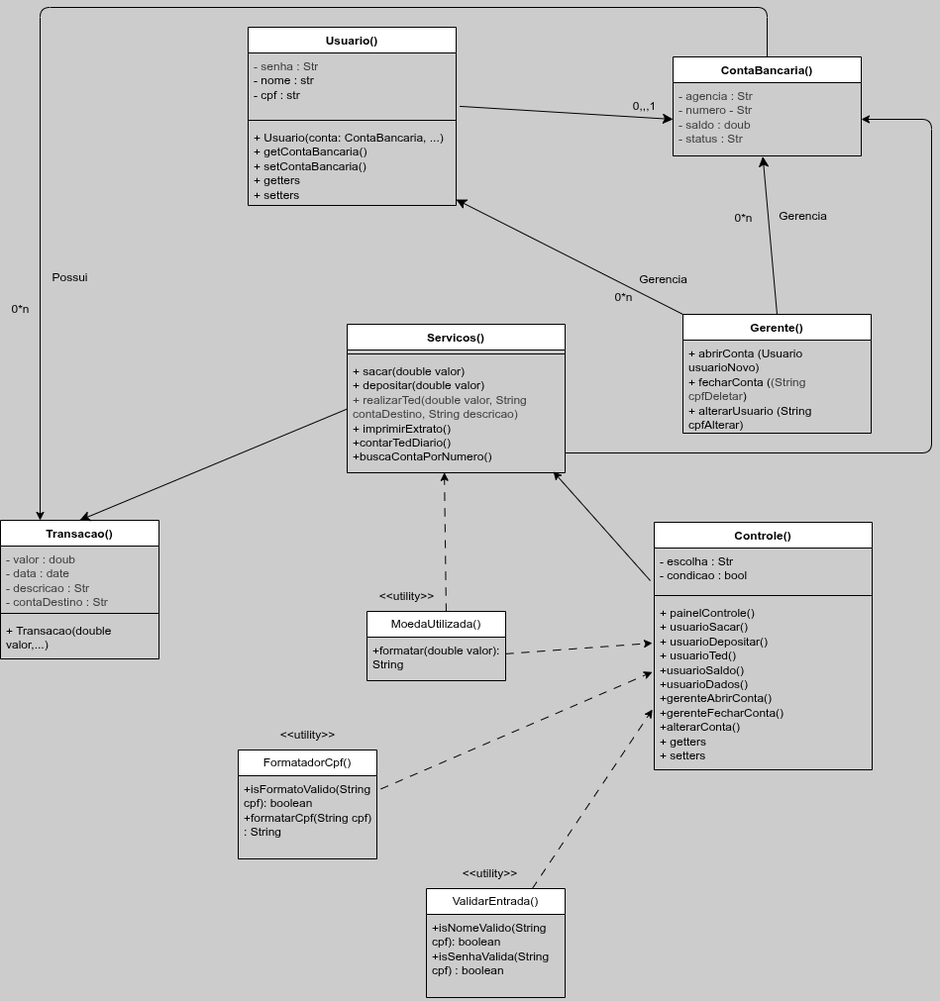
The draw.io diagram Diagramas/Diagrama de classes.drawio.png in soturnacrosta/sistemaBancario, before a commit. Source tidied: cells renumbered, new cells last; positions are measured from the earlier drawing's top-left corner, leaving out a move shared by most shapes.
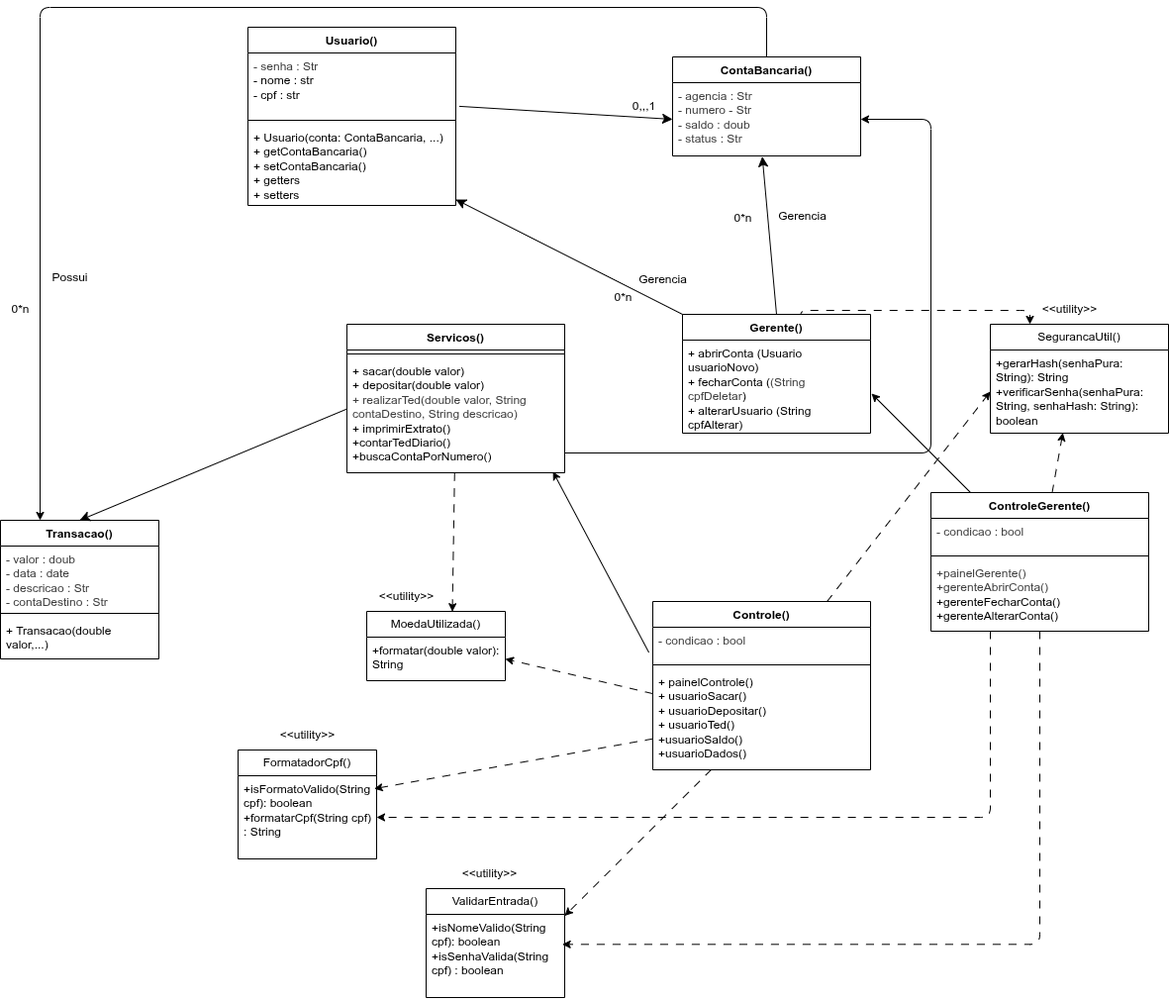
After the commit.

What changed in the source:
```diff
@@ -1,4 +1,4 @@
-<mxGraphModel background="#CCCCCC" shadow="1">
+<mxGraphModel background="#FFFFFF" shadow="1">
   <root>
     <mxCell id="0" />
     <mxCell id="1" parent="0" />
@@ -10,6 +10,14 @@
         <mxPoint x="91" y="-3" as="offset" />
       </mxGeometry>
     </mxCell>
+    <mxCell id="48" style="edgeStyle=orthogonalEdgeStyle;html=1;dashed=1;dashPattern=8 8;exitX=0.628;exitY=0.037;exitDx=0;exitDy=0;exitPerimeter=0;" parent="1" edge="1" source="4" target="61">
+      <mxGeometry relative="1" as="geometry">
+        <Array as="points">
+          <mxPoint x="808" y="306" />
+          <mxPoint x="1040" y="306" />
+        </Array>
+      </mxGeometry>
+    </mxCell>
     <mxCell id="4" value="Gerente()" style="swimlane;fontStyle=1;align=center;verticalAlign=top;horizontal=1;startSize=26;whiteSpace=wrap;html=1;labelBackgroundColor=none;" parent="1" vertex="1">
       <mxGeometry x="689" y="310" width="190" height="120" as="geometry" />
     </mxCell>
@@ -39,17 +47,20 @@
     <mxCell id="12" value="&lt;div&gt;+ Usuario(conta: ContaBancaria, ...)&amp;nbsp;&lt;/div&gt;&lt;div&gt;+ getContaBancaria()&amp;nbsp;&amp;nbsp;&lt;/div&gt;&lt;div&gt;+ setContaBancaria()&lt;/div&gt;&lt;div&gt;+ getters&lt;/div&gt;&lt;div&gt;+ setters&lt;/div&gt;" style="text;strokeColor=none;fillColor=none;align=left;verticalAlign=top;spacingLeft=4;spacingRight=4;overflow=hidden;points=[[0,0.5],[1,0.5]];portConstraint=eastwest;whiteSpace=wrap;html=1;labelBackgroundColor=none;" parent="9" vertex="1">
       <mxGeometry y="98" width="210" height="82" as="geometry" />
     </mxCell>
+    <mxCell id="49" style="edgeStyle=none;html=1;entryX=0;entryY=0.5;entryDx=0;entryDy=0;dashed=1;dashPattern=8 8;" parent="1" edge="1" source="13" target="62">
+      <mxGeometry relative="1" as="geometry" />
+    </mxCell>
     <mxCell id="13" value="Controle()" style="swimlane;fontStyle=1;align=center;verticalAlign=top;horizontal=1;startSize=26;whiteSpace=wrap;html=1;labelBackgroundColor=none;" parent="1" vertex="1">
-      <mxGeometry x="660" y="520" width="220" height="250" as="geometry" />
+      <mxGeometry x="659" y="600" width="220" height="170" as="geometry" />
     </mxCell>
-    <mxCell id="14" value="&lt;div&gt;- escolha : Str&lt;/div&gt;&lt;div&gt;- condicao : bool&lt;/div&gt;&lt;div&gt;&lt;br&gt;&lt;/div&gt;" style="text;strokeColor=none;fillColor=none;align=left;verticalAlign=top;spacingLeft=4;spacingRight=4;overflow=hidden;points=[[0,0.5],[1,0.5]];portConstraint=eastwest;whiteSpace=wrap;html=1;labelBackgroundColor=none;" parent="13" vertex="1">
-      <mxGeometry y="26" width="220" height="44" as="geometry" />
+    <mxCell id="14" value="&lt;div&gt;&lt;span style=&quot;color: rgb(63, 63, 63); background-color: transparent;&quot;&gt;- condicao : bool&lt;/span&gt;&lt;/div&gt;&lt;div&gt;&lt;br&gt;&lt;/div&gt;" style="text;strokeColor=none;fillColor=none;align=left;verticalAlign=top;spacingLeft=4;spacingRight=4;overflow=hidden;points=[[0,0.5],[1,0.5]];portConstraint=eastwest;whiteSpace=wrap;html=1;labelBackgroundColor=none;" parent="13" vertex="1">
+      <mxGeometry y="26" width="220" height="34" as="geometry" />
     </mxCell>
     <mxCell id="15" style="line;strokeWidth=1;fillColor=none;align=left;verticalAlign=middle;spacingTop=-1;spacingLeft=3;spacingRight=3;labelPosition=right;strokeColor=inherit;labelBackgroundColor=none;" parent="13" vertex="1">
-      <mxGeometry y="70" width="220" height="8" as="geometry" />
+      <mxGeometry y="60" width="220" height="8" as="geometry" />
     </mxCell>
-    <mxCell id="16" value="&lt;div&gt;+ painelControle()&lt;br&gt;    + usuarioSacar()&lt;/div&gt;&lt;div&gt;    + usuarioDepositar()&lt;/div&gt;&lt;div&gt;+ usuarioTed()&lt;/div&gt;&lt;div&gt;+usuarioSaldo()&lt;/div&gt;&lt;div&gt;+usuarioDados()&lt;/div&gt;&lt;div&gt;+gerenteAbrirConta()&lt;br&gt;+gerenteFecharConta()&lt;/div&gt;&lt;div&gt;+alterarConta()&lt;/div&gt;&lt;div&gt;+ getters&amp;nbsp;&lt;/div&gt;&lt;div&gt;+ setters&lt;/div&gt;" style="text;strokeColor=none;fillColor=none;align=left;verticalAlign=top;spacingLeft=4;spacingRight=4;overflow=hidden;points=[[0,0.5],[1,0.5]];portConstraint=eastwest;whiteSpace=wrap;html=1;labelBackgroundColor=none;" parent="13" vertex="1">
-      <mxGeometry y="78" width="220" height="172" as="geometry" />
+    <mxCell id="16" value="&lt;div&gt;+ painelControle()&lt;br&gt;    + usuarioSacar()&lt;/div&gt;&lt;div&gt;    + usuarioDepositar()&lt;/div&gt;&lt;div&gt;+ usuarioTed()&lt;/div&gt;&lt;div&gt;+usuarioSaldo()&lt;/div&gt;&lt;div&gt;+usuarioDados()&lt;/div&gt;&lt;div&gt;&lt;br&gt;&lt;/div&gt;" style="text;strokeColor=none;fillColor=none;align=left;verticalAlign=top;spacingLeft=4;spacingRight=4;overflow=hidden;points=[[0,0.5],[1,0.5]];portConstraint=eastwest;whiteSpace=wrap;html=1;labelBackgroundColor=none;" parent="13" vertex="1">
+      <mxGeometry y="68" width="220" height="102" as="geometry" />
     </mxCell>
     <mxCell id="17" style="edgeStyle=none;html=1;exitX=-0.018;exitY=0.75;exitDx=0;exitDy=0;exitPerimeter=0;labelBackgroundColor=none;entryX=0.946;entryY=0.99;entryDx=0;entryDy=0;entryPerimeter=0;" parent="1" edge="1" source="14" target="40">
       <mxGeometry relative="1" as="geometry" />
@@ -77,18 +88,12 @@
     <mxCell id="24" value="0*n&lt;div&gt;&lt;br&gt;&lt;/div&gt;" style="text;html=1;align=center;verticalAlign=middle;strokeColor=none;fillColor=none;" parent="1" vertex="1">
       <mxGeometry x="609" y="280" width="40" height="40" as="geometry" />
     </mxCell>
-    <mxCell id="25" style="edgeStyle=none;html=1;dashed=1;dashPattern=8 8;entryX=0.446;entryY=0.998;entryDx=0;entryDy=0;entryPerimeter=0;exitX=0.571;exitY=0;exitDx=0;exitDy=0;exitPerimeter=0;" parent="1" edge="1" source="26" target="40">
-      <mxGeometry relative="1" as="geometry" />
-    </mxCell>
     <mxCell id="26" value="MoedaUtilizada()" style="swimlane;fontStyle=0;horizontal=1;startSize=26;whiteSpace=wrap;html=1;" parent="1" vertex="1">
       <mxGeometry x="370" y="610" width="140" height="70" as="geometry" />
     </mxCell>
     <mxCell id="27" value="+formatar(double valor): String" style="text;strokeColor=none;fillColor=none;align=left;verticalAlign=top;spacingLeft=4;spacingRight=4;overflow=hidden;points=[[0,0.5],[1,0.5]];portConstraint=eastwest;whiteSpace=wrap;html=1;" parent="26" vertex="1">
       <mxGeometry y="26" width="140" height="44" as="geometry" />
     </mxCell>
-    <mxCell id="28" style="edgeStyle=none;html=1;entryX=-0.009;entryY=0.256;entryDx=0;entryDy=0;entryPerimeter=0;dashed=1;dashPattern=8 8;" parent="1" edge="1" source="27" target="16">
-      <mxGeometry relative="1" as="geometry" />
-    </mxCell>
     <mxCell id="29" value="&amp;lt;&amp;lt;utility&amp;gt;&amp;gt;" style="text;html=1;align=center;verticalAlign=middle;strokeColor=none;fillColor=none;" parent="1" vertex="1">
       <mxGeometry x="370" y="580" width="80" height="30" as="geometry" />
     </mxCell>
@@ -98,9 +103,6 @@
     <mxCell id="31" value="+isFormatoValido(String cpf): boolean&lt;div&gt;+formatarCpf(String cpf) : String&lt;/div&gt;" style="text;strokeColor=none;fillColor=none;align=left;verticalAlign=top;spacingLeft=4;spacingRight=4;overflow=hidden;points=[[0,0.5],[1,0.5]];portConstraint=eastwest;whiteSpace=wrap;html=1;" parent="30" vertex="1">
       <mxGeometry y="26" width="140" height="84" as="geometry" />
     </mxCell>
-    <mxCell id="32" style="html=1;dashed=1;dashPattern=8 8;exitX=1.029;exitY=0.159;exitDx=0;exitDy=0;exitPerimeter=0;entryX=-0.009;entryY=0.426;entryDx=0;entryDy=0;entryPerimeter=0;" parent="1" edge="1" source="31" target="16">
-      <mxGeometry relative="1" as="geometry" />
-    </mxCell>
     <mxCell id="33" value="&amp;lt;&amp;lt;utility&amp;gt;&amp;gt;" style="text;html=1;align=center;verticalAlign=middle;strokeColor=none;fillColor=none;" parent="1" vertex="1">
       <mxGeometry x="270" y="720" width="80" height="30" as="geometry" />
     </mxCell>
@@ -110,9 +112,6 @@
     <mxCell id="35" value="+isNomeValido(String cpf): boolean&lt;div&gt;+isSenhaValida(String cpf) : boolean&lt;/div&gt;&lt;div&gt;&lt;br&gt;&lt;/div&gt;" style="text;strokeColor=none;fillColor=none;align=left;verticalAlign=top;spacingLeft=4;spacingRight=4;overflow=hidden;points=[[0,0.5],[1,0.5]];portConstraint=eastwest;whiteSpace=wrap;html=1;" parent="34" vertex="1">
       <mxGeometry y="26" width="140" height="84" as="geometry" />
     </mxCell>
-    <mxCell id="36" style="edgeStyle=none;html=1;entryX=-0.008;entryY=0.646;entryDx=0;entryDy=0;entryPerimeter=0;dashed=1;dashPattern=8 8;" parent="1" edge="1" source="34" target="16">
-      <mxGeometry relative="1" as="geometry" />
-    </mxCell>
     <mxCell id="37" value="&amp;lt;&amp;lt;utility&amp;gt;&amp;gt;" style="text;html=1;align=center;verticalAlign=middle;strokeColor=none;fillColor=none;" parent="1" vertex="1">
       <mxGeometry x="454" y="860" width="80" height="30" as="geometry" />
     </mxCell>
@@ -156,5 +155,60 @@
     <mxCell id="47" value="Possui" style="text;html=1;align=center;verticalAlign=middle;strokeColor=none;fillColor=none;" parent="1" vertex="1">
       <mxGeometry x="40" y="258" width="60" height="30" as="geometry" />
     </mxCell>
+    <mxCell id="50" value="ControleGerente()" style="swimlane;fontStyle=1;align=center;verticalAlign=top;horizontal=1;startSize=26;whiteSpace=wrap;html=1;labelBackgroundColor=none;" parent="1" vertex="1">
+      <mxGeometry x="940" y="490" width="220" height="140" as="geometry" />
+    </mxCell>
+    <mxCell id="51" value="&lt;div&gt;&lt;span style=&quot;color: rgb(63, 63, 63); background-color: transparent;&quot;&gt;- condicao : bool&lt;/span&gt;&lt;/div&gt;&lt;div&gt;&lt;br&gt;&lt;/div&gt;" style="text;strokeColor=none;fillColor=none;align=left;verticalAlign=top;spacingLeft=4;spacingRight=4;overflow=hidden;whiteSpace=wrap;html=1;labelBackgroundColor=none;" parent="50" vertex="1">
+      <mxGeometry y="26" width="220" height="34" as="geometry" />
+    </mxCell>
+    <mxCell id="52" style="line;strokeWidth=1;fillColor=none;align=left;verticalAlign=middle;spacingTop=-1;spacingLeft=3;spacingRight=3;labelPosition=right;strokeColor=inherit;labelBackgroundColor=none;" parent="50" vertex="1">
+      <mxGeometry y="60" width="220" height="8" as="geometry" />
+    </mxCell>
+    <mxCell id="53" value="&lt;div&gt;&lt;span style=&quot;color: rgb(63, 63, 63); background-color: transparent;&quot;&gt;+painelGerente()&lt;/span&gt;&lt;/div&gt;&lt;div&gt;&lt;span style=&quot;color: rgb(63, 63, 63); background-color: transparent;&quot;&gt;+gerenteAbrirConta()&lt;/span&gt;&lt;/div&gt;&lt;div&gt;+gerenteFecharConta()&lt;/div&gt;&lt;div&gt;+gerenteAlterarConta()&lt;/div&gt;&lt;div&gt;&lt;br&gt;&lt;/div&gt;" style="text;strokeColor=none;fillColor=none;align=left;verticalAlign=top;spacingLeft=4;spacingRight=4;overflow=hidden;points=[[0,0.5],[1,0.5]];portConstraint=eastwest;whiteSpace=wrap;html=1;labelBackgroundColor=none;" parent="50" vertex="1">
+      <mxGeometry y="68" width="220" height="72" as="geometry" />
+    </mxCell>
+    <mxCell id="54" style="edgeStyle=none;html=1;" parent="1" edge="1" source="50">
+      <mxGeometry relative="1" as="geometry">
+        <mxPoint x="880" y="390" as="targetPoint" />
+      </mxGeometry>
+    </mxCell>
+    <mxCell id="55" style="edgeStyle=none;html=1;entryX=1;entryY=0.5;entryDx=0;entryDy=0;dashed=1;dashPattern=8 8;" parent="1" edge="1" source="16" target="27">
+      <mxGeometry relative="1" as="geometry" />
+    </mxCell>
+    <mxCell id="56" style="edgeStyle=none;html=1;entryX=0.983;entryY=0.156;entryDx=0;entryDy=0;entryPerimeter=0;dashed=1;dashPattern=8 8;" parent="1" edge="1" source="16" target="31">
+      <mxGeometry relative="1" as="geometry" />
+    </mxCell>
+    <mxCell id="57" style="edgeStyle=none;html=1;entryX=1;entryY=0.25;entryDx=0;entryDy=0;dashed=1;dashPattern=8 8;" parent="1" edge="1" source="16" target="34">
+      <mxGeometry relative="1" as="geometry" />
+    </mxCell>
+    <mxCell id="58" style="edgeStyle=none;html=1;entryX=0.618;entryY=0.003;entryDx=0;entryDy=0;entryPerimeter=0;dashed=1;dashPattern=8 8;" parent="1" edge="1" source="38" target="26">
+      <mxGeometry relative="1" as="geometry" />
+    </mxCell>
+    <mxCell id="59" style="edgeStyle=orthogonalEdgeStyle;html=1;entryX=0.983;entryY=0.361;entryDx=0;entryDy=0;entryPerimeter=0;dashed=1;dashPattern=8 8;" parent="1" edge="1" source="53" target="35">
+      <mxGeometry relative="1" as="geometry">
+        <Array as="points">
+          <mxPoint x="1050" y="946" />
+        </Array>
+      </mxGeometry>
+    </mxCell>
+    <mxCell id="60" style="edgeStyle=orthogonalEdgeStyle;html=1;dashed=1;dashPattern=8 8;" parent="1" edge="1" source="53" target="31">
+      <mxGeometry relative="1" as="geometry">
+        <Array as="points">
+          <mxPoint x="1000" y="818" />
+        </Array>
+      </mxGeometry>
+    </mxCell>
+    <mxCell id="61" value="SegurancaUtil()" style="swimlane;fontStyle=0;horizontal=1;startSize=26;whiteSpace=wrap;html=1;" parent="1" vertex="1">
+      <mxGeometry x="1000" y="320" width="180" height="110" as="geometry" />
+    </mxCell>
+    <mxCell id="62" value="&lt;div&gt;+gerarHash(senhaPura: String): String&lt;br&gt;+verificarSenha(senhaPura: String, senhaHash: String): boolean&lt;/div&gt;&lt;div&gt;&lt;br&gt;&lt;/div&gt;" style="text;strokeColor=none;fillColor=none;align=left;verticalAlign=top;spacingLeft=4;spacingRight=4;overflow=hidden;points=[[0,0.5],[1,0.5]];portConstraint=eastwest;whiteSpace=wrap;html=1;" parent="61" vertex="1">
+      <mxGeometry y="26" width="180" height="84" as="geometry" />
+    </mxCell>
+    <mxCell id="63" value="&amp;lt;&amp;lt;utility&amp;gt;&amp;gt;" style="text;html=1;align=center;verticalAlign=middle;strokeColor=none;fillColor=none;" parent="1" vertex="1">
+      <mxGeometry x="1040" y="290" width="80" height="30" as="geometry" />
+    </mxCell>
+    <mxCell id="64" style="edgeStyle=none;html=1;entryX=0.407;entryY=0.996;entryDx=0;entryDy=0;entryPerimeter=0;dashed=1;dashPattern=8 8;" parent="1" edge="1" source="50" target="62">
+      <mxGeometry relative="1" as="geometry" />
+    </mxCell>
   </root>
 </mxGraphModel>
```
